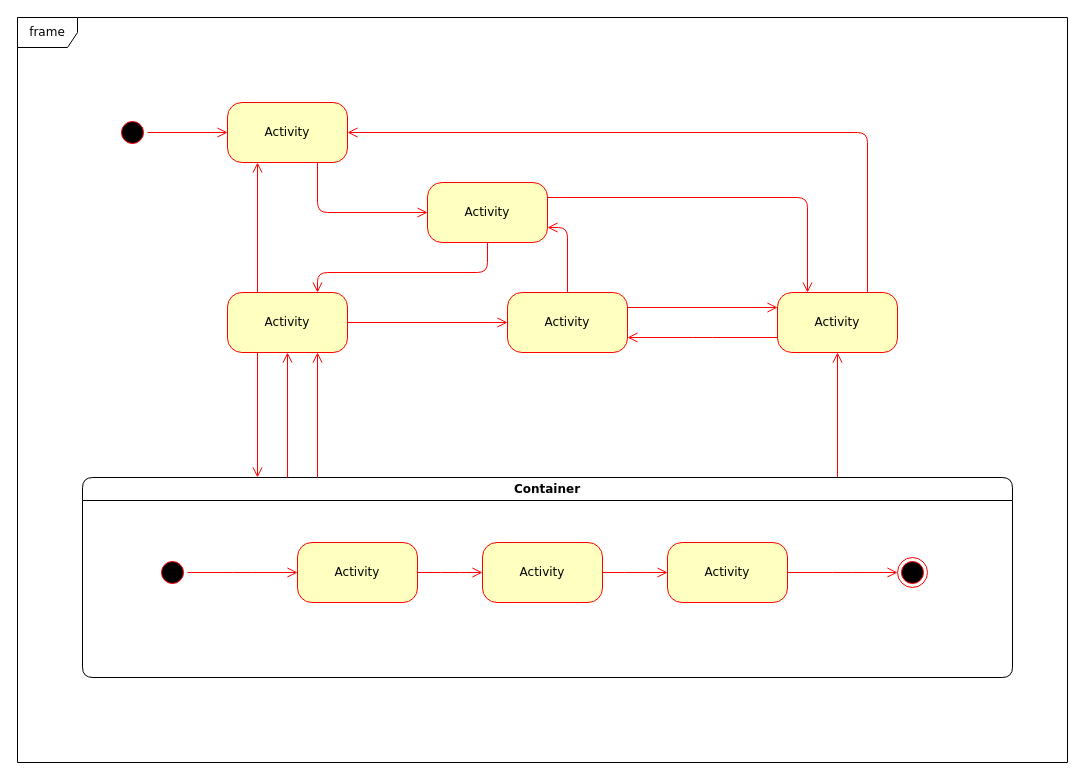
Above: 未命名绘图.drawio in mxk-zwh/bvcfxccghc (draw.io), before the change. Source tidied: cells renumbered, new cells numbered last; positions are measured from the earlier drawing's top-left corner, leaving out a move shared by most shapes. Both pictures are drawn from the tidied source at 100%, with x=0, y=0 at pixel (17, 17).
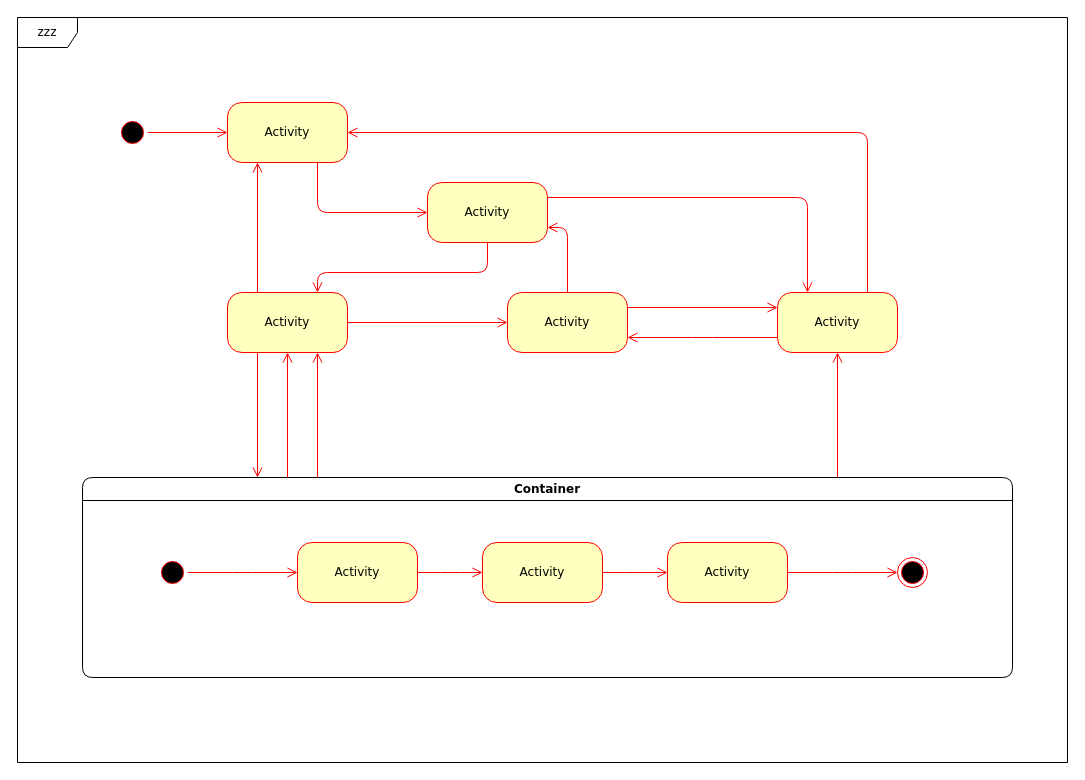
After the change.

Commit message:
更新未命名绘图.drawio

What changed in the source:
```diff
@@
-    <mxCell id="22" value="frame" style="shape=umlFrame;whiteSpace=wrap;html=1;rounded=1;shadow=0;comic=0;labelBackgroundColor=none;strokeWidth=1;fontFamily=Verdana;fontSize=12;align=center;" parent="1" vertex="1">
+    <mxCell id="22" value="zzz" style="shape=umlFrame;whiteSpace=wrap;html=1;rounded=1;shadow=0;comic=0;labelBackgroundColor=none;strokeWidth=1;fontFamily=Verdana;fontSize=12;align=center;" parent="1" vertex="1">
       <mxGeometry width="1050" height="745" as="geometry" />
     </mxCell>
```
